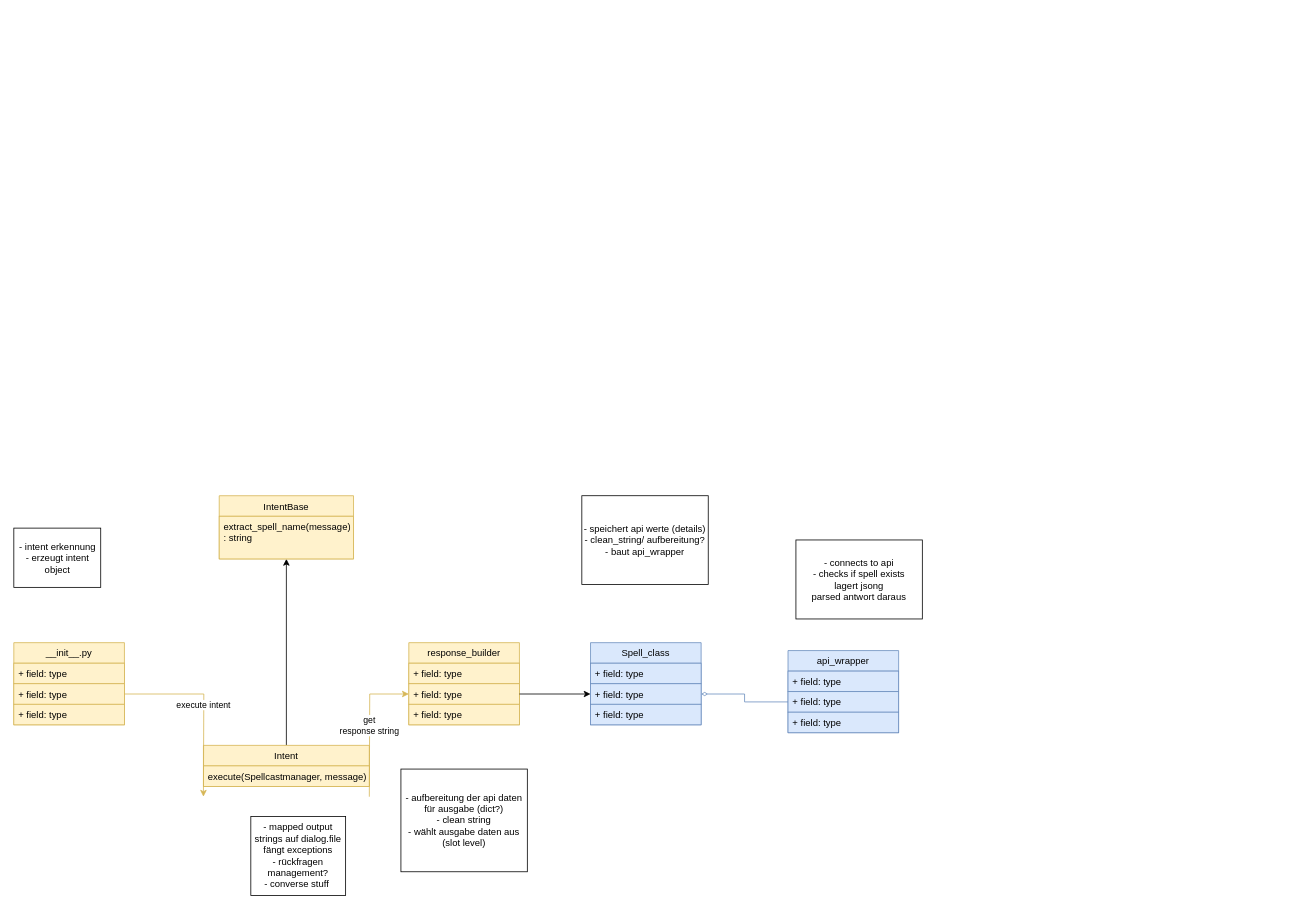
Before: doc/class_diagram.drawio in Linyeir/spellcastmanager-skill, a draw.io diagram. Source tidied: cells renumbered, new cells numbered last; positions are measured from the earlier drawing's top-left corner, leaving out a move shared by most shapes. Both pictures are drawn from the tidied source at 79%, with x=0, y=0 at pixel (13, 495).
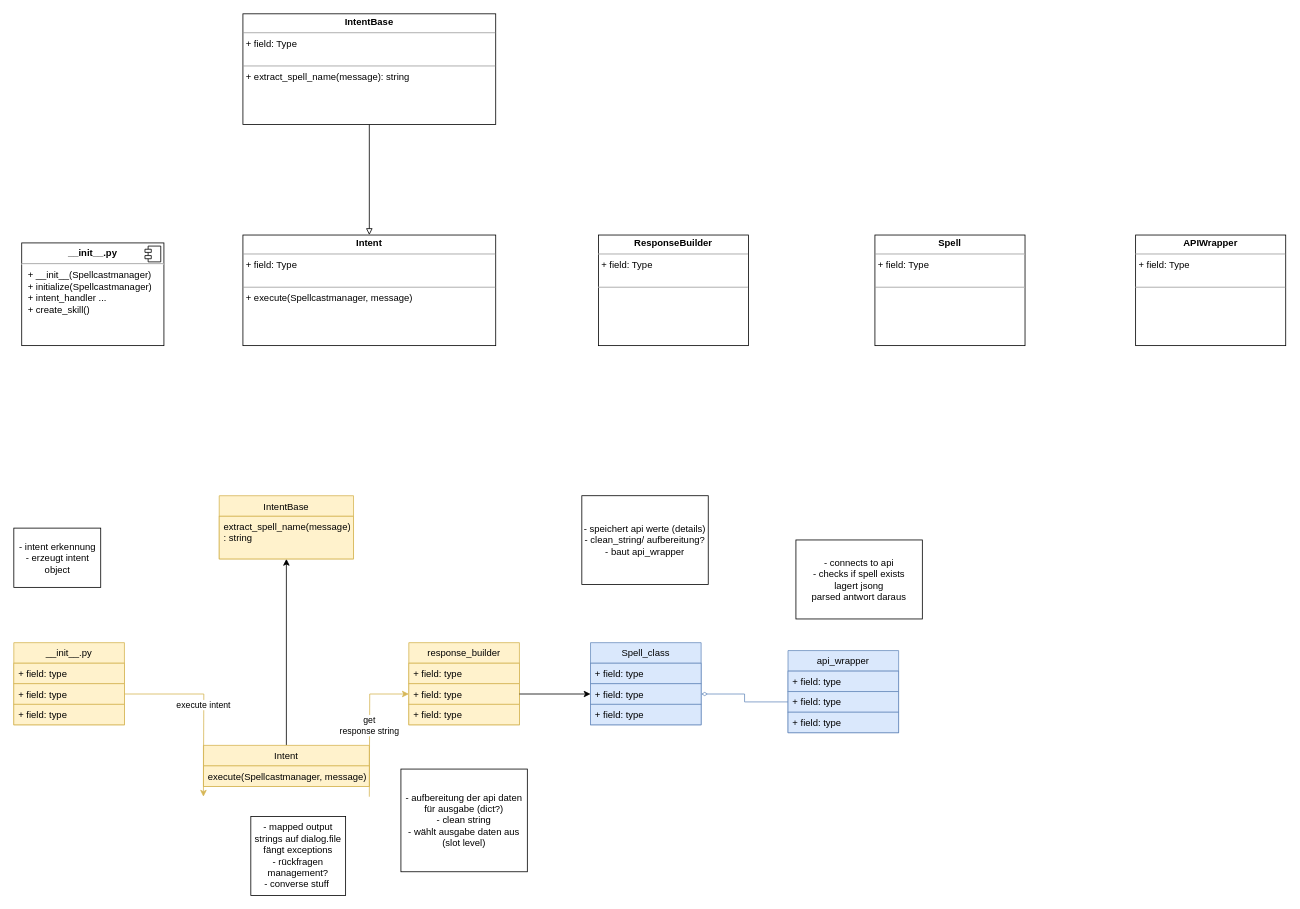
Above is the later version.

Commit message (it also covers changes not shown here):
finish draft of intent_dialog, draw base component structure

What changed in the source:
```diff
@@
+    <mxCell id="32" value="&lt;p style=&quot;margin: 0px ; margin-top: 6px ; text-align: center&quot;&gt;&lt;b&gt;__init__.py&lt;/b&gt;&lt;/p&gt;&lt;hr&gt;&lt;p style=&quot;margin: 0px ; margin-left: 8px&quot;&gt;+ __init__(Spellcastmanager)&lt;/p&gt;&lt;p style=&quot;margin: 0px ; margin-left: 8px&quot;&gt;+ initialize(Spellcastmanager)&lt;/p&gt;&lt;p style=&quot;margin: 0px ; margin-left: 8px&quot;&gt;+ intent_handler ...&lt;/p&gt;&lt;p style=&quot;margin: 0px ; margin-left: 8px&quot;&gt;+ create_skill()&lt;/p&gt;" style="align=left;overflow=fill;html=1;" parent="1" vertex="1">
+      <mxGeometry x="10" y="-320" width="180" height="130" as="geometry" />
+    </mxCell>
+    <mxCell id="33" style="shape=component;jettyWidth=8;jettyHeight=4;" parent="32" vertex="1">
+      <mxGeometry x="1" width="20" height="20" relative="1" as="geometry">
+        <mxPoint x="-24" y="4" as="offset" />
+      </mxGeometry>
+    </mxCell>
+    <mxCell id="34" style="edgeStyle=orthogonalEdgeStyle;rounded=0;jettySize=auto;html=1;exitX=0.5;exitY=1;exitDx=0;exitDy=0;entryX=0.5;entryY=0;entryDx=0;entryDy=0;endArrow=block;endFill=0;" parent="1" edge="1" source="35" target="36">
+      <mxGeometry relative="1" as="geometry" />
+    </mxCell>
+    <mxCell id="35" value="&lt;p style=&quot;margin: 0px ; margin-top: 4px ; text-align: center&quot;&gt;&lt;b&gt;IntentBase&lt;/b&gt;&lt;/p&gt;&lt;hr size=&quot;1&quot;&gt;&lt;p style=&quot;margin: 0px ; margin-left: 4px&quot;&gt;+ field: Type&lt;/p&gt;&lt;p style=&quot;margin: 0px ; margin-left: 4px&quot;&gt;&lt;br&gt;&lt;/p&gt;&lt;hr size=&quot;1&quot;&gt;&lt;p style=&quot;margin: 0px ; margin-left: 4px&quot;&gt;&lt;span&gt;+ extract_spell_name(message): string&lt;/span&gt;&lt;br&gt;&lt;/p&gt;" style="verticalAlign=top;align=left;overflow=fill;fontSize=12;fontFamily=Helvetica;html=1;fillColor=default;" parent="1" vertex="1">
+      <mxGeometry x="290" y="-610" width="320" height="140" as="geometry" />
+    </mxCell>
+    <mxCell id="36" value="&lt;p style=&quot;margin: 0px ; margin-top: 4px ; text-align: center&quot;&gt;&lt;b&gt;Intent&lt;/b&gt;&lt;/p&gt;&lt;hr size=&quot;1&quot;&gt;&lt;p style=&quot;margin: 0px ; margin-left: 4px&quot;&gt;+ field: Type&lt;/p&gt;&lt;p style=&quot;margin: 0px ; margin-left: 4px&quot;&gt;&lt;br&gt;&lt;/p&gt;&lt;hr size=&quot;1&quot;&gt;&lt;p style=&quot;margin: 0px ; margin-left: 4px&quot;&gt;&lt;span&gt;+ execute(Spellcastmanager, message)&lt;/span&gt;&lt;br&gt;&lt;/p&gt;" style="verticalAlign=top;align=left;overflow=fill;fontSize=12;fontFamily=Helvetica;html=1;fillColor=default;" parent="1" vertex="1">
+      <mxGeometry x="290" y="-330" width="320" height="140" as="geometry" />
+    </mxCell>
+    <mxCell id="37" value="&lt;p style=&quot;margin: 0px ; margin-top: 4px ; text-align: center&quot;&gt;&lt;b&gt;ResponseBuilder&lt;/b&gt;&lt;/p&gt;&lt;hr size=&quot;1&quot;&gt;&lt;p style=&quot;margin: 0px ; margin-left: 4px&quot;&gt;+ field: Type&lt;/p&gt;&lt;p style=&quot;margin: 0px ; margin-left: 4px&quot;&gt;&lt;br&gt;&lt;/p&gt;&lt;hr size=&quot;1&quot;&gt;&lt;p style=&quot;margin: 0px ; margin-left: 4px&quot;&gt;&lt;br&gt;&lt;/p&gt;" style="verticalAlign=top;align=left;overflow=fill;fontSize=12;fontFamily=Helvetica;html=1;fillColor=default;" parent="1" vertex="1">
+      <mxGeometry x="740" y="-330" width="190" height="140" as="geometry" />
+    </mxCell>
+    <mxCell id="38" value="&lt;p style=&quot;margin: 0px ; margin-top: 4px ; text-align: center&quot;&gt;&lt;b&gt;Spell&lt;/b&gt;&lt;/p&gt;&lt;hr size=&quot;1&quot;&gt;&lt;p style=&quot;margin: 0px ; margin-left: 4px&quot;&gt;+ field: Type&lt;/p&gt;&lt;p style=&quot;margin: 0px ; margin-left: 4px&quot;&gt;&lt;br&gt;&lt;/p&gt;&lt;hr size=&quot;1&quot;&gt;&lt;p style=&quot;margin: 0px ; margin-left: 4px&quot;&gt;&lt;br&gt;&lt;/p&gt;" style="verticalAlign=top;align=left;overflow=fill;fontSize=12;fontFamily=Helvetica;html=1;fillColor=default;" parent="1" vertex="1">
+      <mxGeometry x="1090" y="-330" width="190" height="140" as="geometry" />
+    </mxCell>
+    <mxCell id="39" value="&lt;p style=&quot;margin: 0px ; margin-top: 4px ; text-align: center&quot;&gt;&lt;b&gt;APIWrapper&lt;/b&gt;&lt;/p&gt;&lt;hr size=&quot;1&quot;&gt;&lt;p style=&quot;margin: 0px ; margin-left: 4px&quot;&gt;+ field: Type&lt;/p&gt;&lt;p style=&quot;margin: 0px ; margin-left: 4px&quot;&gt;&lt;br&gt;&lt;/p&gt;&lt;hr size=&quot;1&quot;&gt;&lt;p style=&quot;margin: 0px ; margin-left: 4px&quot;&gt;&lt;br&gt;&lt;/p&gt;" style="verticalAlign=top;align=left;overflow=fill;fontSize=12;fontFamily=Helvetica;html=1;fillColor=default;" parent="1" vertex="1">
+      <mxGeometry x="1420" y="-330" width="190" height="140" as="geometry" />
+    </mxCell>
```
